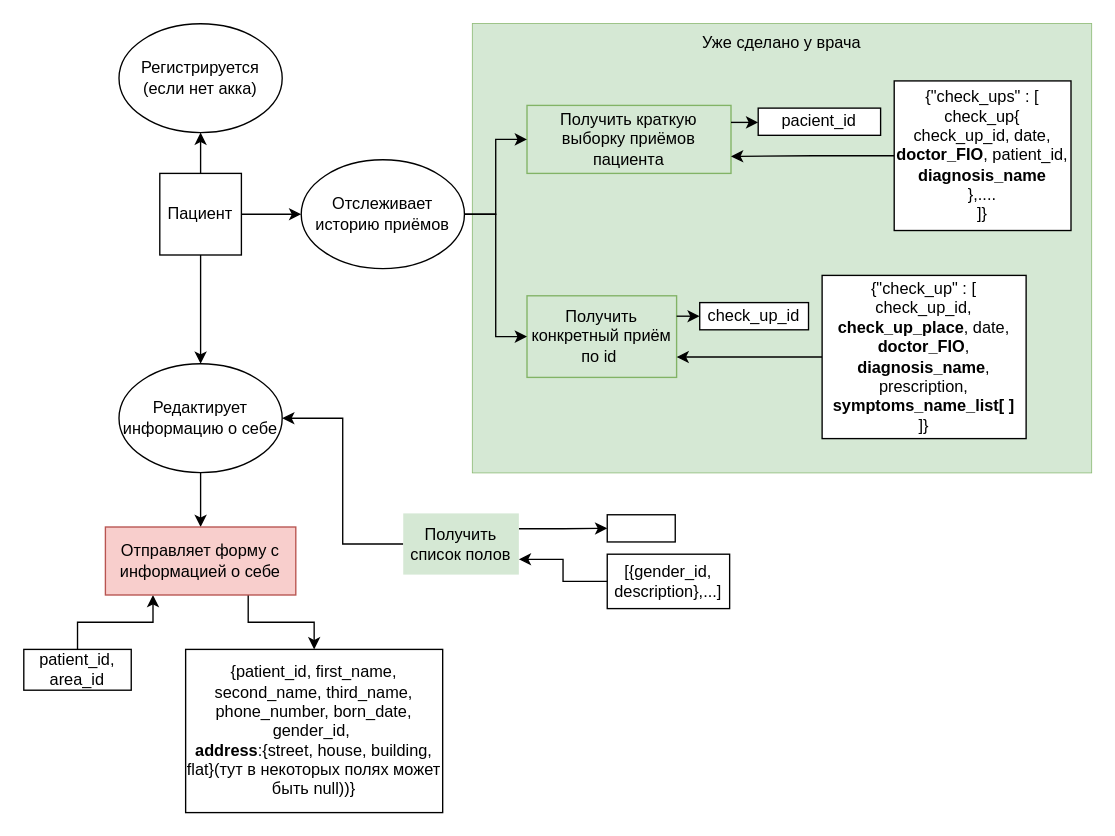
Rubelewaskes/Hospital keeps this draw.io diagram as page "Пациент" (3 of 4) of Требования к проекту.drawio. Above is the earlier version. Source tidied: cells renumbered, new cells numbered last; positions are measured from the earlier drawing's top-left corner, leaving out a move shared by most shapes. Both pictures are drawn from the tidied source at 136%, with x=0, y=0 at pixel (23, 23).
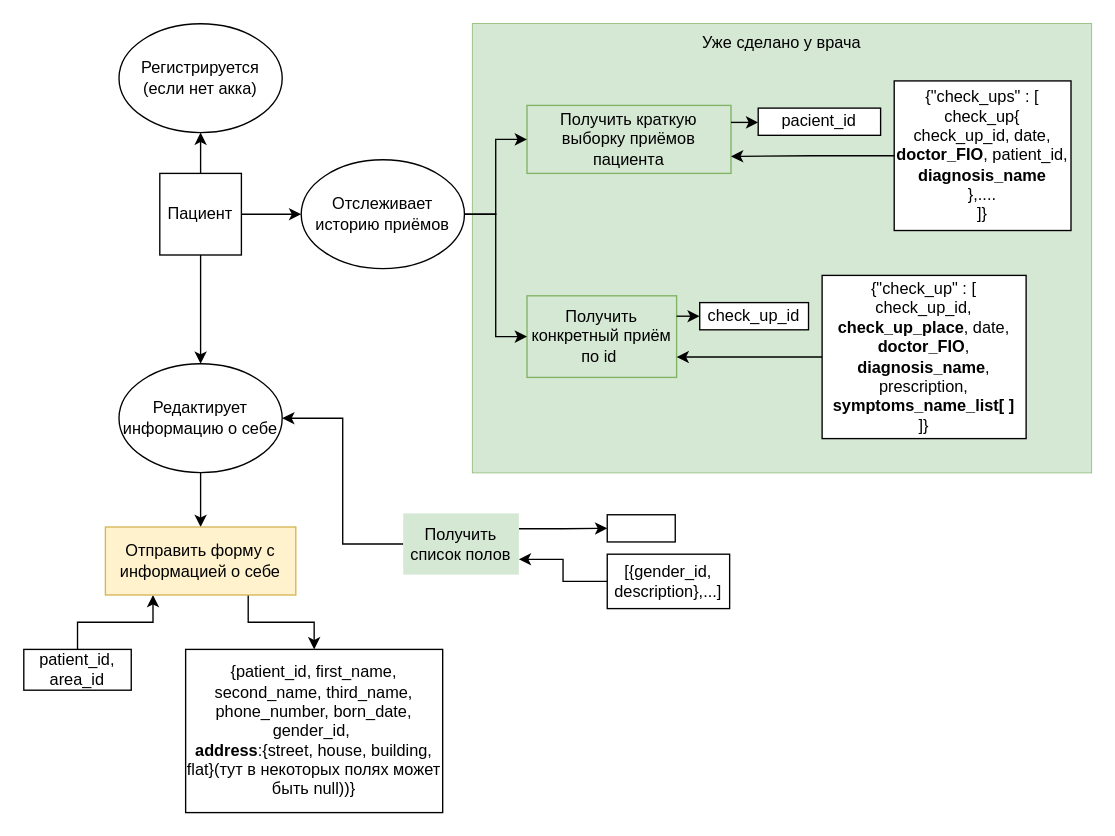
The same diagram, later.

What changed in the source:
```diff
@@
-    <mxCell id="28" value="Отправляет форму с информацией о себе" style="text;html=1;align=center;verticalAlign=middle;whiteSpace=wrap;rounded=0;fillColor=#f8cecc;strokeColor=#b85450;" parent="1" vertex="1">
+    <mxCell id="28" value="Отправить форму с информацией о себе" style="text;html=1;align=center;verticalAlign=middle;whiteSpace=wrap;rounded=0;fillColor=#fff2cc;strokeColor=#d6b656;" parent="1" vertex="1">
       <mxGeometry x="60" y="370" width="140" height="50" as="geometry" />
     </mxCell>
```
